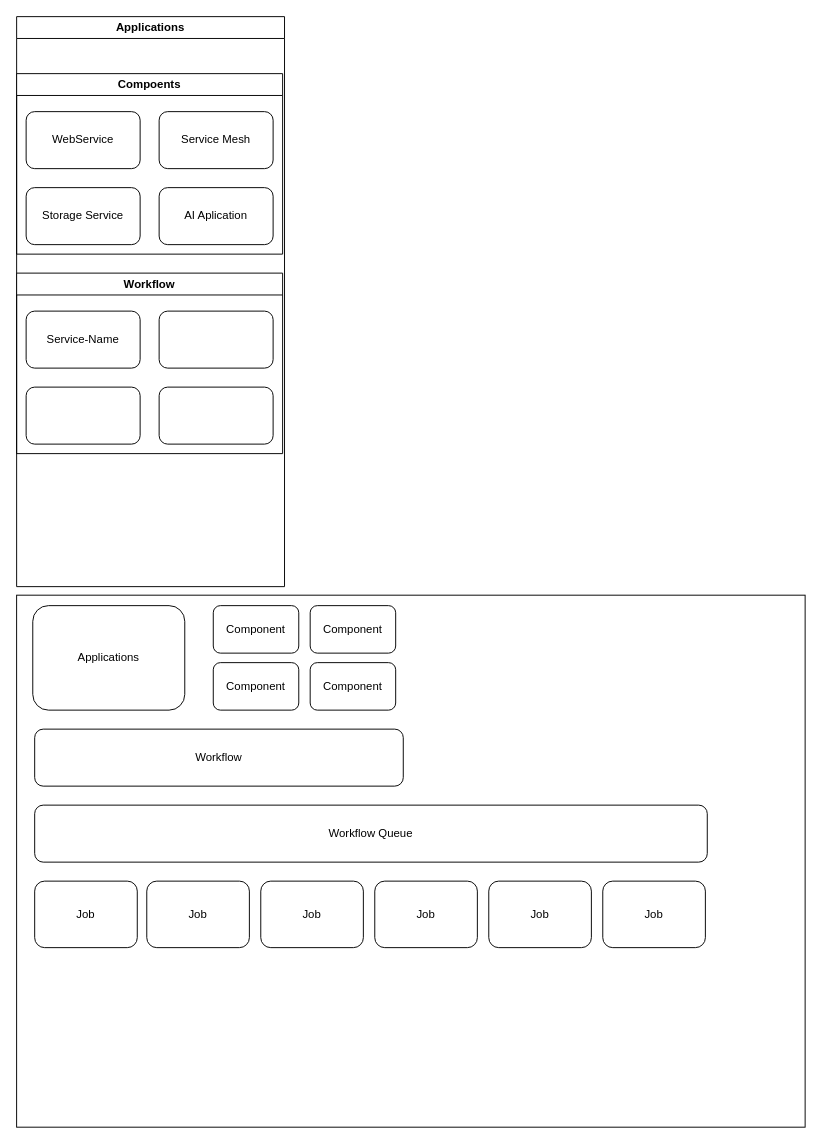
The draw.io diagram doc/workflow.drawio in SilentEchoe/KubeMin-Cli, before the edit. Source tidied: cells renumbered, new cells numbered last; positions are measured from the earlier drawing's top-left corner, leaving out a move shared by most shapes. Both pictures are drawn from the tidied source at 95%, with x=0, y=0 at pixel (16, 16).
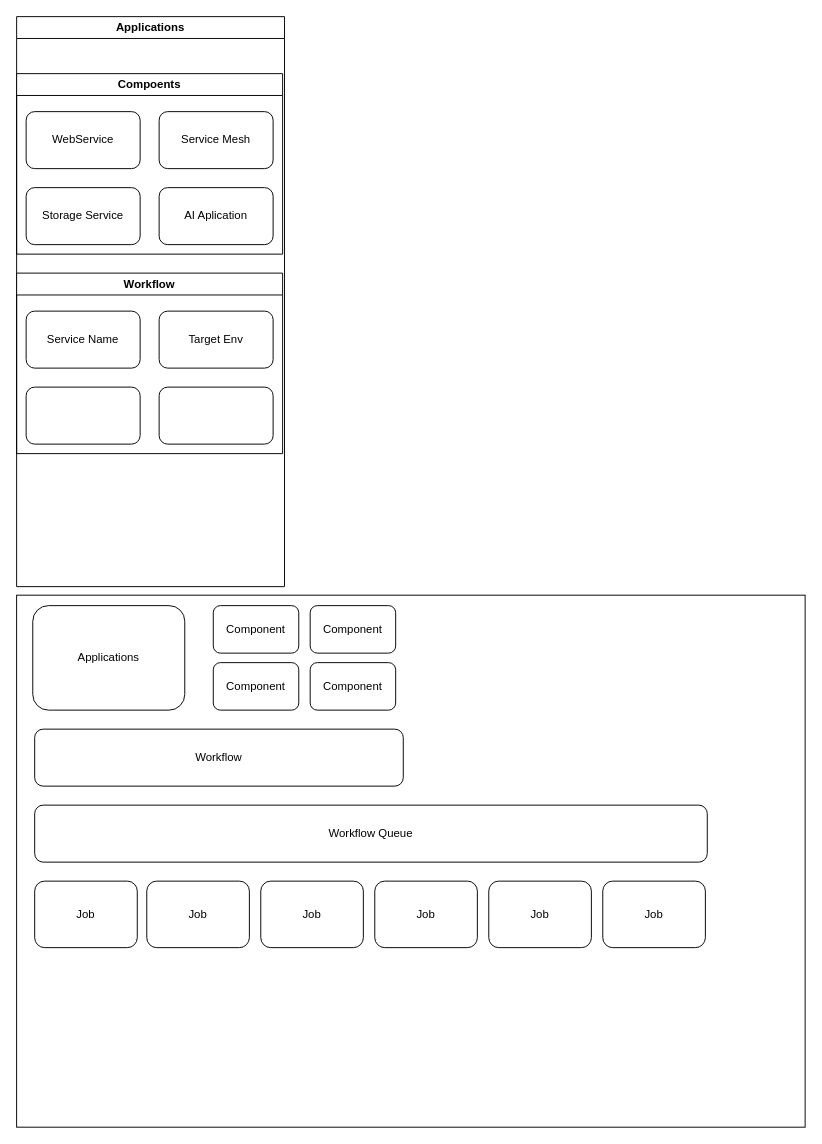
After the change.

Commit message (it also covers changes not shown here):
Test:job_statefulset_test

The change refers to these unchanged cells:
```xml
<mxCell id="9" value="Workflow" style="swimlane;whiteSpace=wrap;html=1;" parent="3" vertex="1">
  <mxGeometry y="270" width="280" height="190" as="geometry" />
</mxCell>
```

Change to the diagram source:
```diff
@@
-    <mxCell id="10" value="Service-Name" style="rounded=1;whiteSpace=wrap;html=1;" parent="9" vertex="1">
+    <mxCell id="10" value="Service Name" style="rounded=1;whiteSpace=wrap;html=1;" parent="9" vertex="1">
       <mxGeometry x="10" y="40" width="120" height="60" as="geometry" />
     </mxCell>
-    <mxCell id="11" style="rounded=1;whiteSpace=wrap;html=1;" parent="9" vertex="1">
+    <mxCell id="11" value="Target Env" style="rounded=1;whiteSpace=wrap;html=1;" parent="9" vertex="1">
       <mxGeometry x="150" y="40" width="120" height="60" as="geometry" />
     </mxCell>
```
